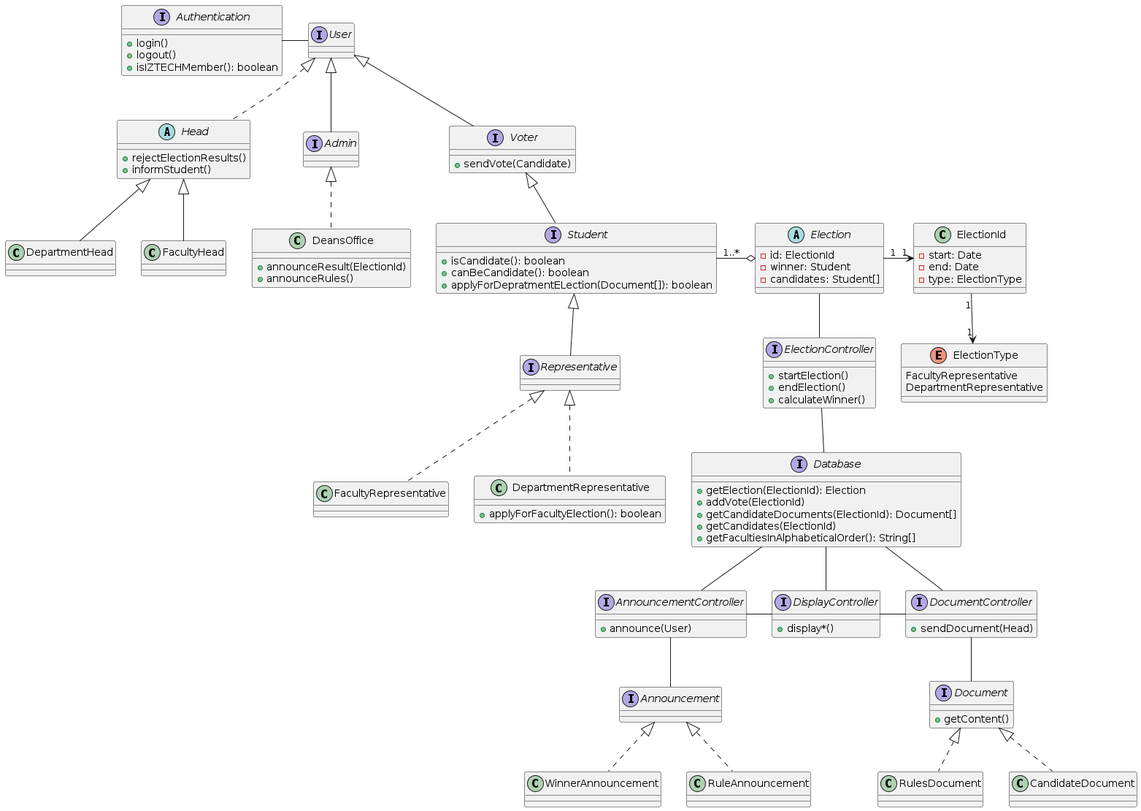
Malik-Hinnawi/Project-1_Election-Project-Diagrams keeps this PlantUML diagram as diagrams/logical-viewpoint.png. Above is the earlier version.
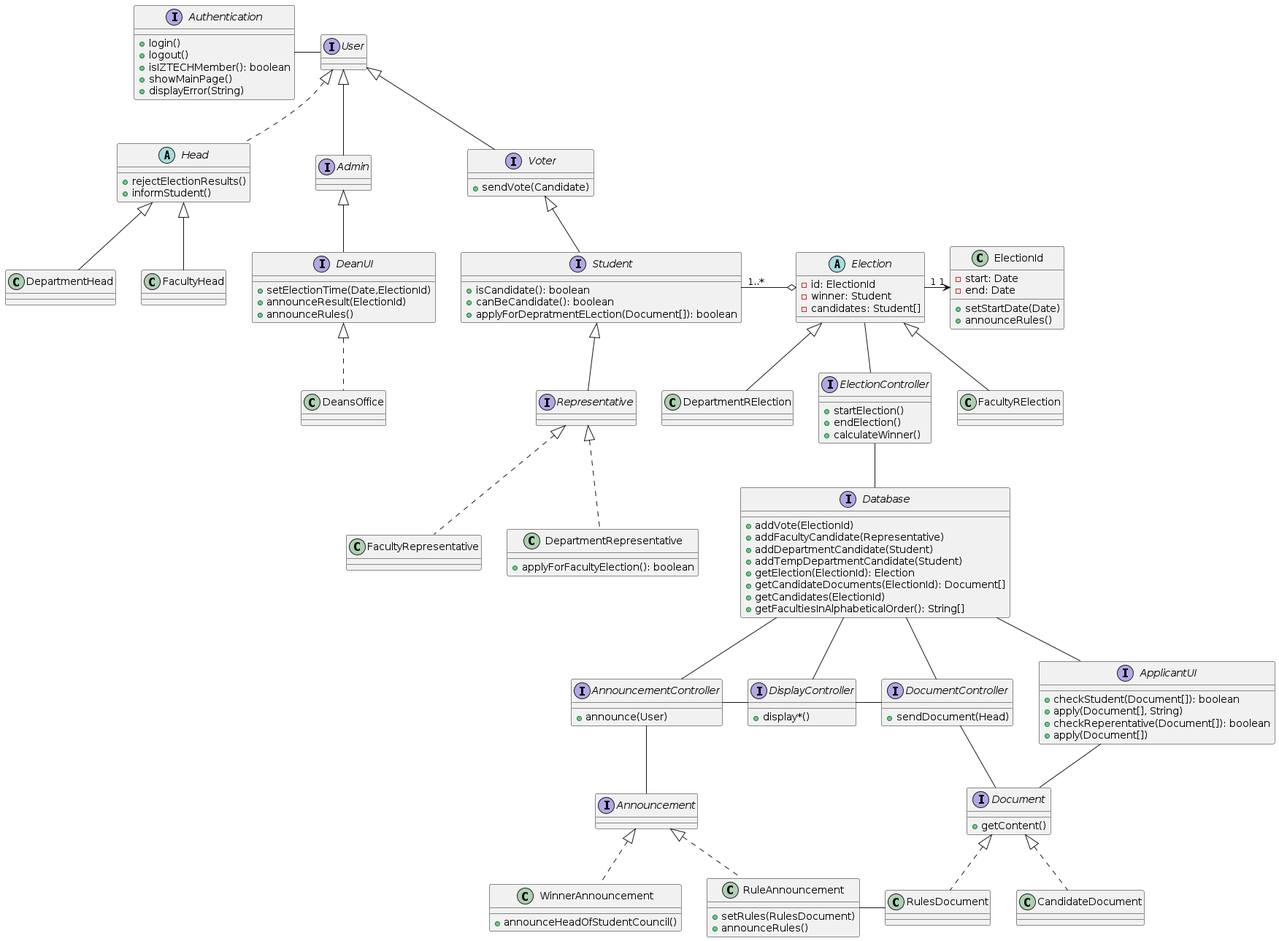
After the change.

Diff of the diagram source:
```diff
@@ -4,14 +4,20 @@
     +login()
     +logout()
     +isIZTECHMember(): boolean
+    +showMainPage()
+    +displayError(String)
 }
 
 interface Database {
+    +addVote(ElectionId)
+    +addFacultyCandidate(Representative)
+    +addDepartmentCandidate(Student)
+    +addTempDepartmentCandidate(Student)
     +getElection(ElectionId): Election
-    +addVote(ElectionId)
     +getCandidateDocuments(ElectionId): Document[]
     +getCandidates(ElectionId)
     +getFacultiesInAlphabeticalOrder(): String[]
+
 }
 
 interface Announcement{
@@ -55,6 +61,13 @@
     +applyForDepratmentELection(Document[]): boolean
 }
 
+interface ApplicantUI {
+	+checkStudent(Document[]): boolean
+	+apply(Document[], String)
+	+checkReperentative(Document[]): boolean
+	+apply(Document[])
+}
+
 
 interface Representative extends Student
 
@@ -67,19 +80,26 @@
 interface Voter extends User {
     + sendVote(Candidate)
 }
-
-class DeansOffice implements Admin {
+ interface DeanUI extends Admin {
+    + setElectionTime(Date,ElectionId)
     + announceResult(ElectionId)
     + announceRules()
-}
+ }
+
+class DeansOffice implements DeanUI
 
 class DepartmentHead extends Head
 
 class FacultyHead extends Head
 
-class WinnerAnnouncement implements Announcement
+class WinnerAnnouncement implements Announcement {
+	+announceHeadOfStudentCouncil()
+}
 
-class RuleAnnouncement implements Announcement
+class RuleAnnouncement implements Announcement {
+	+ setRules(RulesDocument)
+	+ announceRules()
+}
 
 class RulesDocument implements Document
 
@@ -91,21 +111,23 @@
     - candidates: Student[]
 }
 
+class FacultyRElection extends Election
+
+class DepartmentRElection extends Election
+
 class ElectionId {
     -start: Date
     -end: Date
-    -type: ElectionType
+    +setStartDate(Date)
+    +announceRules()
 }
 
-enum ElectionType{
-    FacultyRepresentative
-    DepartmentRepresentative
-}
+
 
 Election "1" -right-> "1" ElectionId
-ElectionId "1" -down-> "1" ElectionType
 Election -- ElectionController
 Student"1..*" -right-o Election
+RuleAnnouncement -right- RulesDocument
 
 AnnouncementController -down- Announcement
 DocumentController -- Document
@@ -116,5 +138,7 @@
 AnnouncementController -up- Database
 DisplayController -left- AnnouncementController
 DisplayController -right- DocumentController
+ApplicantUI -left-Database
+ApplicantUI -- Document
 
 @enduml
```
